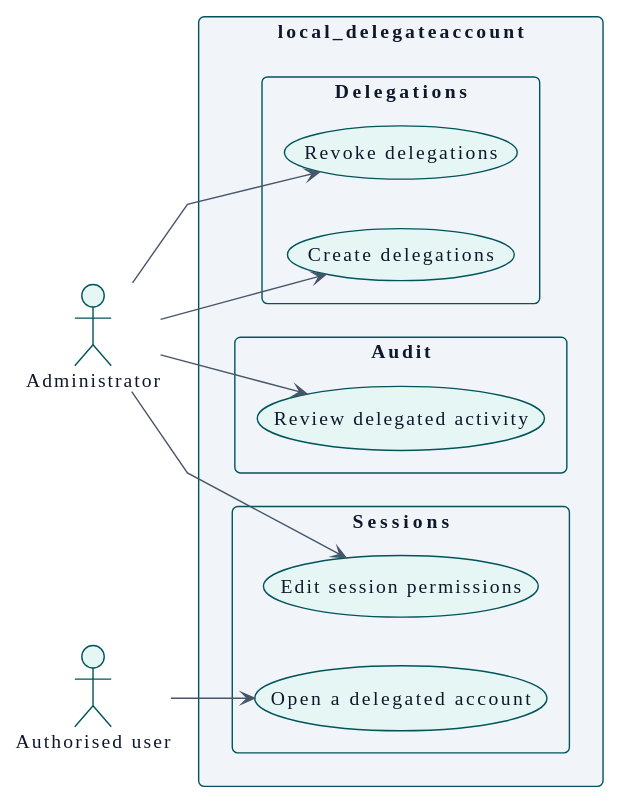
Above: docs/es/technical/requirements/use-case-overview.svg in didactika/moodle-local_delegateaccount (PlantUML), before the change.
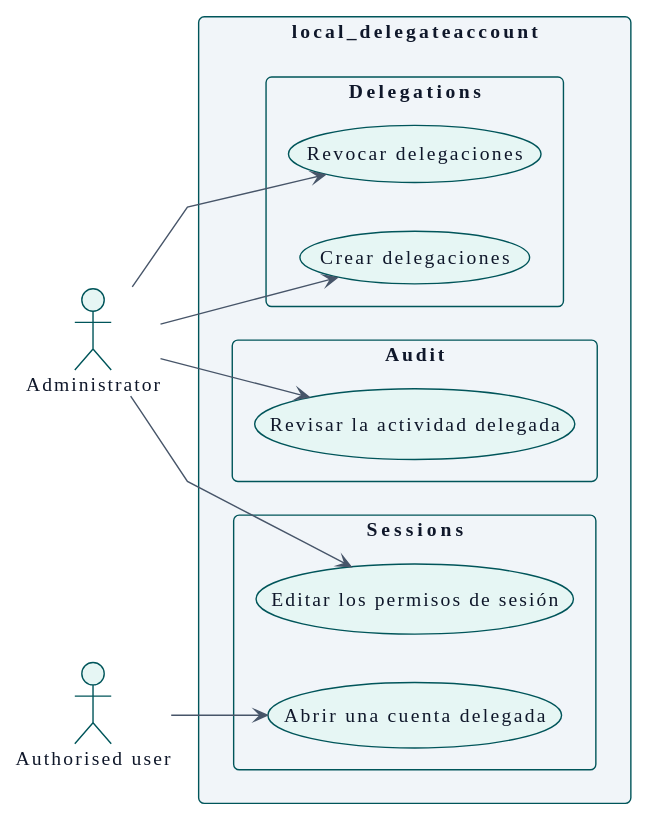
The same diagram one commit later.

What changed in the source:
```diff
@@ -111,15 +111,15 @@
 
 rectangle "local_delegateaccount" {
   package "Delegations" {
-    usecase "Create delegations" as UC_createDelegations
-    usecase "Revoke delegations" as UC_revokeDelegations
+    usecase "Crear delegaciones" as UC_createDelegations
+    usecase "Revocar delegaciones" as UC_revokeDelegations
   }
   package "Sessions" {
-    usecase "Open a delegated account" as UC_openDelegatedAccount
-    usecase "Edit session permissions" as UC_editSessionPermissions
+    usecase "Abrir una cuenta delegada" as UC_openDelegatedAccount
+    usecase "Editar los permisos de sesión" as UC_editSessionPermissions
   }
   package "Audit" {
-    usecase "Review delegated activity" as UC_reviewActivity
+    usecase "Revisar la actividad delegada" as UC_reviewActivity
   }
 }
 
```
